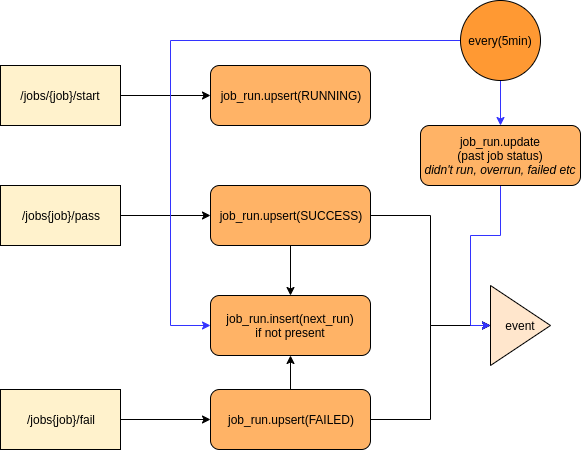
vsbabu/cronicle keeps this draw.io diagram as cronicle.png. Above is the earlier version. Source tidied: cells renumbered, new cells last; positions are measured from the earlier drawing's top-left corner, leaving out a move shared by most shapes.
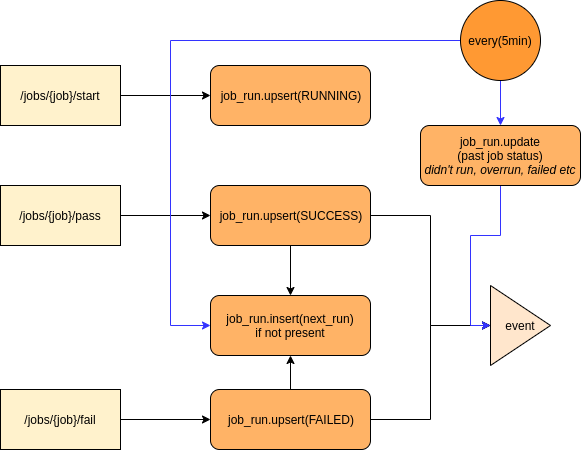
After the commit.

Change to the diagram source:
```diff
@@ -11,13 +11,13 @@
     <mxCell id="4" style="edgeStyle=orthogonalEdgeStyle;rounded=0;jettySize=auto;html=1;exitX=1;exitY=0.5;exitDx=0;exitDy=0;entryX=0;entryY=0.5;entryDx=0;entryDy=0;" parent="1" edge="1" source="5" target="11">
       <mxGeometry relative="1" as="geometry" />
     </mxCell>
-    <mxCell id="5" value="/jobs{job}/pass" style="rounded=0;whiteSpace=wrap;html=1;fillColor=#FFF2CC;" parent="1" vertex="1">
+    <mxCell id="5" value="/jobs/{job}/pass" style="rounded=0;whiteSpace=wrap;html=1;fillColor=#FFF2CC;" parent="1" vertex="1">
       <mxGeometry y="185" width="120" height="60" as="geometry" />
     </mxCell>
     <mxCell id="6" style="edgeStyle=orthogonalEdgeStyle;rounded=0;jettySize=auto;html=1;exitX=1;exitY=0.5;exitDx=0;exitDy=0;entryX=0;entryY=0.5;entryDx=0;entryDy=0;" parent="1" edge="1" source="7" target="14">
       <mxGeometry relative="1" as="geometry" />
     </mxCell>
-    <mxCell id="7" value="/jobs{job}/fail" style="rounded=0;whiteSpace=wrap;html=1;fillColor=#FFF2CC;" parent="1" vertex="1">
+    <mxCell id="7" value="/jobs/{job}/fail" style="rounded=0;whiteSpace=wrap;html=1;fillColor=#FFF2CC;" parent="1" vertex="1">
       <mxGeometry y="389" width="120" height="60" as="geometry" />
     </mxCell>
     <mxCell id="8" value="job_run.upsert(RUNNING)" style="rounded=1;whiteSpace=wrap;html=1;fillColor=#FFB366;" parent="1" vertex="1">
```
